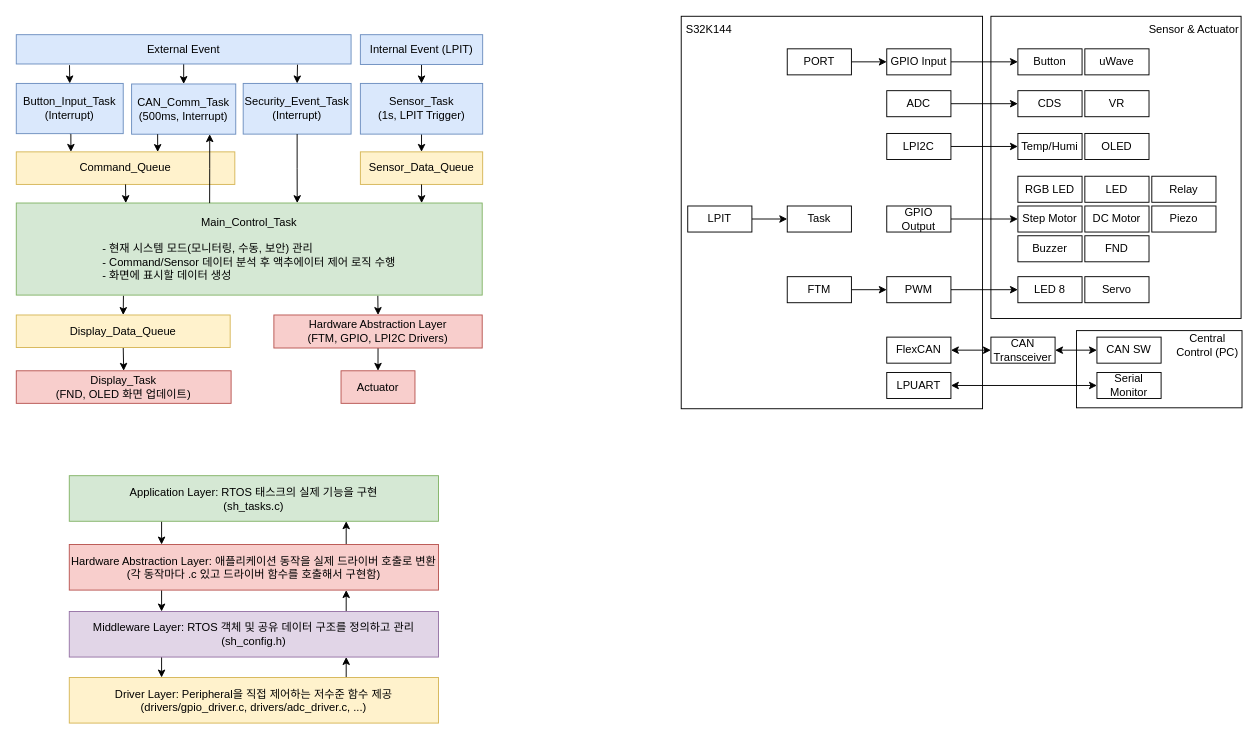
Above: page "sw아키텍처 / hw구성도 / sw계층구조" (2 of 3) of docs/s32k144-prj.drawio in YJCHOI15/s32k144-smarthome-rtos (draw.io), before the change. Source tidied: cells renumbered, new cells numbered last; positions are measured from the earlier drawing's top-left corner, leaving out a move shared by most shapes. Both pictures are drawn from the tidied source at 93%, with x=0, y=0 at pixel (16, 16).
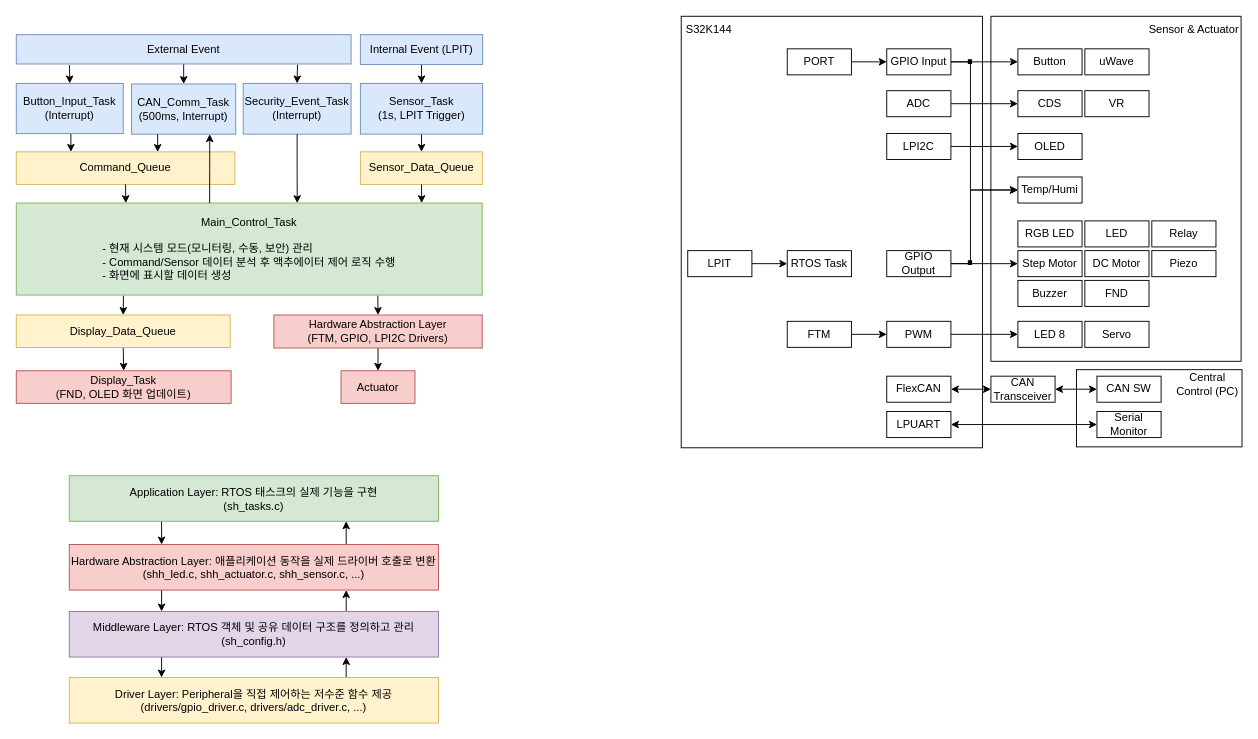
The same diagram, later.

Commit message (it also covers changes not shown here):
delete i2c read function (temp, humi sensor are not operated by i2c)

The change refers to these unchanged cells:
```xml
<mxCell id="7" value="GPIO Input" style="rounded=0;whiteSpace=wrap;html=1;" parent="1" vertex="1">
  <mxGeometry x="936" y="35" width="69" height="28" as="geometry" />
</mxCell>
<mxCell id="13" value="LPI2C" style="rounded=0;whiteSpace=wrap;html=1;" parent="1" vertex="1">
  <mxGeometry x="936" y="126" width="69" height="28" as="geometry" />
</mxCell>
```

The edit, as a diff of the source:
```diff
@@
     <mxCell id="2" style="rounded=0;whiteSpace=wrap;html=1;" parent="1" vertex="1">
-      <mxGeometry x="1140" y="338" width="178" height="83" as="geometry" />
+      <mxGeometry x="1140" y="380" width="178" height="83" as="geometry" />
     </mxCell>
     <mxCell id="3" style="rounded=0;whiteSpace=wrap;html=1;" parent="1" vertex="1">
-      <mxGeometry x="1048" width="269" height="325" as="geometry" />
+      <mxGeometry x="1048" width="269" height="371" as="geometry" />
     </mxCell>
     <mxCell id="4" style="rounded=0;whiteSpace=wrap;html=1;" parent="1" vertex="1">
-      <mxGeometry x="715" width="324" height="422" as="geometry" />
+      <mxGeometry x="715" width="324" height="464" as="geometry" />
     </mxCell>
@@
+    <mxCell id="87" style="edgeStyle=orthogonalEdgeStyle;rounded=0;jettySize=auto;html=1;exitX=1;exitY=0.5;exitDx=0;exitDy=0;entryX=0;entryY=0.5;entryDx=0;entryDy=0;" parent="1" edge="1" source="7" target="31">
+      <mxGeometry relative="1" as="geometry">
+        <Array as="points">
+          <mxPoint x="1026" y="49" />
+          <mxPoint x="1026" y="187" />
+        </Array>
+      </mxGeometry>
+    </mxCell>
@@
     <mxCell id="11" value="FTM" style="rounded=0;whiteSpace=wrap;html=1;" parent="1" vertex="1">
-      <mxGeometry x="829" y="280" width="69" height="28" as="geometry" />
+      <mxGeometry x="829" y="328" width="69" height="28" as="geometry" />
     </mxCell>
-    <mxCell id="12" style="edgeStyle=orthogonalEdgeStyle;rounded=0;jettySize=auto;html=1;exitX=1;exitY=0.5;exitDx=0;exitDy=0;" parent="1" edge="1" source="13" target="31">
-      <mxGeometry relative="1" as="geometry" />
-    </mxCell>
+    <mxCell id="88" style="edgeStyle=orthogonalEdgeStyle;rounded=0;jettySize=auto;html=1;exitX=1;exitY=0.5;exitDx=0;exitDy=0;entryX=0;entryY=0.5;entryDx=0;entryDy=0;" parent="1" edge="1" source="13" target="30">
+      <mxGeometry relative="1" as="geometry" />
+    </mxCell>
@@
     <mxCell id="15" value="FlexCAN" style="rounded=0;whiteSpace=wrap;html=1;" parent="1" vertex="1">
-      <mxGeometry x="936" y="345" width="69" height="28" as="geometry" />
+      <mxGeometry x="936" y="387" width="69" height="28" as="geometry" />
     </mxCell>
@@
     <mxCell id="17" value="Central &lt;br&gt;Control (PC)" style="text;html=1;align=center;verticalAlign=middle;whiteSpace=wrap;rounded=0;" parent="1" vertex="1">
-      <mxGeometry x="1245" y="339" width="72" height="30" as="geometry" />
+      <mxGeometry x="1245" y="381" width="72" height="30" as="geometry" />
     </mxCell>
     <mxCell id="18" value="LPUART" style="rounded=0;whiteSpace=wrap;html=1;" parent="1" vertex="1">
-      <mxGeometry x="936" y="383" width="69" height="28" as="geometry" />
+      <mxGeometry x="936" y="425" width="69" height="28" as="geometry" />
     </mxCell>
     <mxCell id="19" value="LED" style="rounded=0;whiteSpace=wrap;html=1;" parent="1" vertex="1">
-      <mxGeometry x="1149" y="172" width="69" height="28" as="geometry" />
+      <mxGeometry x="1149" y="220" width="69" height="28" as="geometry" />
     </mxCell>
     <mxCell id="20" value="FND" style="rounded=0;whiteSpace=wrap;html=1;" parent="1" vertex="1">
-      <mxGeometry x="1149" y="236" width="69" height="28" as="geometry" />
+      <mxGeometry x="1149" y="284" width="69" height="28" as="geometry" />
     </mxCell>
     <mxCell id="21" value="DC Motor" style="rounded=0;whiteSpace=wrap;html=1;" parent="1" vertex="1">
-      <mxGeometry x="1149" y="204" width="69" height="28" as="geometry" />
+      <mxGeometry x="1149" y="252" width="69" height="28" as="geometry" />
     </mxCell>
     <mxCell id="22" value="Relay" style="rounded=0;whiteSpace=wrap;html=1;" parent="1" vertex="1">
-      <mxGeometry x="1221" y="172" width="69" height="28" as="geometry" />
+      <mxGeometry x="1221" y="220" width="69" height="28" as="geometry" />
     </mxCell>
     <mxCell id="23" value="Step Motor" style="rounded=0;whiteSpace=wrap;html=1;" parent="1" vertex="1">
-      <mxGeometry x="1077" y="204" width="69" height="28" as="geometry" />
+      <mxGeometry x="1077" y="252" width="69" height="28" as="geometry" />
     </mxCell>
     <mxCell id="24" value="Buzzer" style="rounded=0;whiteSpace=wrap;html=1;" parent="1" vertex="1">
-      <mxGeometry x="1077" y="236" width="69" height="28" as="geometry" />
+      <mxGeometry x="1077" y="284" width="69" height="28" as="geometry" />
     </mxCell>
     <mxCell id="25" value="Piezo" style="rounded=0;whiteSpace=wrap;html=1;" parent="1" vertex="1">
-      <mxGeometry x="1221" y="204" width="69" height="28" as="geometry" />
+      <mxGeometry x="1221" y="252" width="69" height="28" as="geometry" />
     </mxCell>
@@
     <mxCell id="29" value="Servo" style="rounded=0;whiteSpace=wrap;html=1;" parent="1" vertex="1">
-      <mxGeometry x="1149" y="280" width="69" height="28" as="geometry" />
+      <mxGeometry x="1149" y="328" width="69" height="28" as="geometry" />
     </mxCell>
     <mxCell id="30" value="OLED" style="rounded=0;whiteSpace=wrap;html=1;" parent="1" vertex="1">
-      <mxGeometry x="1149" y="126" width="69" height="28" as="geometry" />
+      <mxGeometry x="1077" y="126" width="69" height="28" as="geometry" />
     </mxCell>
     <mxCell id="31" value="Temp/Humi" style="rounded=0;whiteSpace=wrap;html=1;" parent="1" vertex="1">
-      <mxGeometry x="1077" y="126" width="69" height="28" as="geometry" />
+      <mxGeometry x="1077" y="172.8" width="69" height="28" as="geometry" />
     </mxCell>
@@
+    <mxCell id="89" style="edgeStyle=orthogonalEdgeStyle;rounded=0;jettySize=auto;html=1;exitX=1;exitY=0.5;exitDx=0;exitDy=0;entryX=0;entryY=0.5;entryDx=0;entryDy=0;" parent="1" edge="1" source="34" target="31">
+      <mxGeometry relative="1" as="geometry">
+        <Array as="points">
+          <mxPoint x="1026" y="266" />
+          <mxPoint x="1026" y="187" />
+        </Array>
+      </mxGeometry>
+    </mxCell>
     <mxCell id="34" value="GPIO Output" style="rounded=0;whiteSpace=wrap;html=1;" parent="1" vertex="1">
-      <mxGeometry x="936" y="204" width="69" height="28" as="geometry" />
+      <mxGeometry x="936" y="252" width="69" height="28" as="geometry" />
     </mxCell>
@@
     <mxCell id="37" value="CAN Transceiver" style="rounded=0;whiteSpace=wrap;html=1;" parent="1" vertex="1">
-      <mxGeometry x="1048" y="345" width="69" height="28" as="geometry" />
+      <mxGeometry x="1048" y="387" width="69" height="28" as="geometry" />
     </mxCell>
     <mxCell id="38" value="Serial Monitor" style="rounded=0;whiteSpace=wrap;html=1;" parent="1" vertex="1">
-      <mxGeometry x="1162" y="383" width="69" height="28" as="geometry" />
+      <mxGeometry x="1162" y="425" width="69" height="28" as="geometry" />
     </mxCell>
@@
     <mxCell id="40" value="RGB LED" style="rounded=0;whiteSpace=wrap;html=1;" parent="1" vertex="1">
-      <mxGeometry x="1077" y="172" width="69" height="28" as="geometry" />
+      <mxGeometry x="1077" y="220" width="69" height="28" as="geometry" />
     </mxCell>
     <mxCell id="41" value="LED 8" style="rounded=0;whiteSpace=wrap;html=1;" parent="1" vertex="1">
-      <mxGeometry x="1077" y="280" width="69" height="28" as="geometry" />
+      <mxGeometry x="1077" y="328" width="69" height="28" as="geometry" />
     </mxCell>
@@
     <mxCell id="43" value="PWM" style="rounded=0;whiteSpace=wrap;html=1;" parent="1" vertex="1">
-      <mxGeometry x="936" y="280" width="69" height="28" as="geometry" />
+      <mxGeometry x="936" y="328" width="69" height="28" as="geometry" />
     </mxCell>
     <mxCell id="44" value="CAN SW" style="rounded=0;whiteSpace=wrap;html=1;" parent="1" vertex="1">
-      <mxGeometry x="1162" y="345" width="69" height="28" as="geometry" />
+      <mxGeometry x="1162" y="387" width="69" height="28" as="geometry" />
     </mxCell>
@@
-    <mxCell id="46" value="Task" style="rounded=0;whiteSpace=wrap;html=1;" parent="1" vertex="1">
-      <mxGeometry x="829" y="204" width="69" height="28" as="geometry" />
+    <mxCell id="46" value="RTOS Task" style="rounded=0;whiteSpace=wrap;html=1;" parent="1" vertex="1">
+      <mxGeometry x="829" y="252" width="69" height="28" as="geometry" />
     </mxCell>
@@
     <mxCell id="48" value="LPIT" style="rounded=0;whiteSpace=wrap;html=1;" parent="1" vertex="1">
-      <mxGeometry x="722" y="204" width="69" height="28" as="geometry" />
+      <mxGeometry x="722" y="252" width="69" height="28" as="geometry" />
     </mxCell>
@@
-    <mxCell id="86" value="Hardware Abstraction Layer: 애플리케이션 동작을 실제 드라이버 호출로 변환(각 동작마다 .c 있고 드라이버 함수를 호출해서 구현함)" style="rounded=0;whiteSpace=wrap;html=1;fillColor=#f8cecc;strokeColor=#b85450;" parent="1" vertex="1">
+    <mxCell id="86" value="Hardware Abstraction Layer: 애플리케이션 동작을 실제 드라이버 호출로 변환(shh_led.c, shh_actuator.c, shh_sensor.c, ...)" style="rounded=0;whiteSpace=wrap;html=1;fillColor=#f8cecc;strokeColor=#b85450;" parent="1" vertex="1">
       <mxGeometry x="57" y="568" width="397" height="49" as="geometry" />
     </mxCell>
+    <mxCell id="90" value="&lt;font style=&quot;font-size: 48px;&quot;&gt;.&lt;/font&gt;" style="text;html=1;align=center;verticalAlign=middle;whiteSpace=wrap;rounded=0;" parent="1" vertex="1">
+      <mxGeometry x="996" y="19.8" width="60" height="30" as="geometry" />
+    </mxCell>
+    <mxCell id="91" value="&lt;font style=&quot;font-size: 48px;&quot;&gt;.&lt;/font&gt;" style="text;html=1;align=center;verticalAlign=middle;whiteSpace=wrap;rounded=0;" parent="1" vertex="1">
+      <mxGeometry x="1002" y="221" width="48" height="59" as="geometry" />
+    </mxCell>
```
